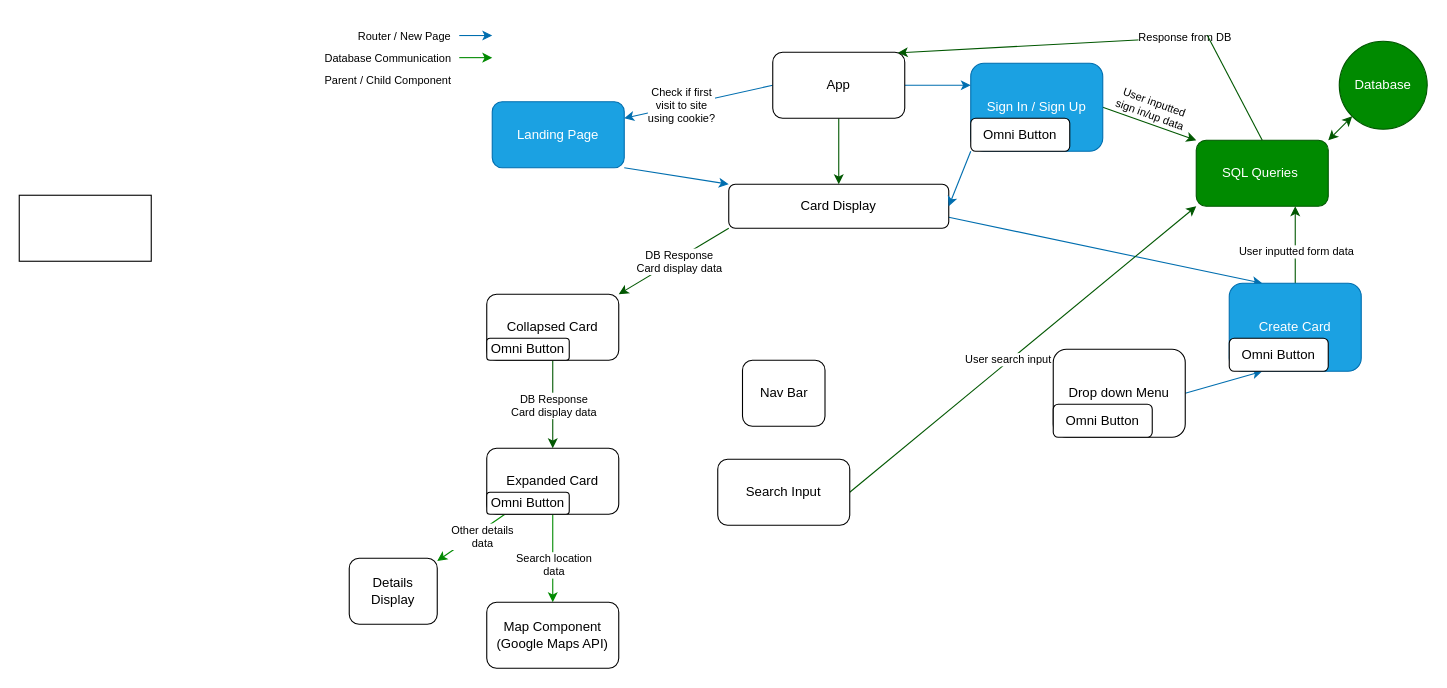
Above: map.drawio in SideQuestSOC/Origin (draw.io), before the change. Source tidied: cells renumbered, new cells numbered last; positions are measured from the earlier drawing's top-left corner, leaving out a move shared by most shapes. Both pictures are drawn from the tidied source at 110%, with x=0, y=0 at pixel (19, 19).
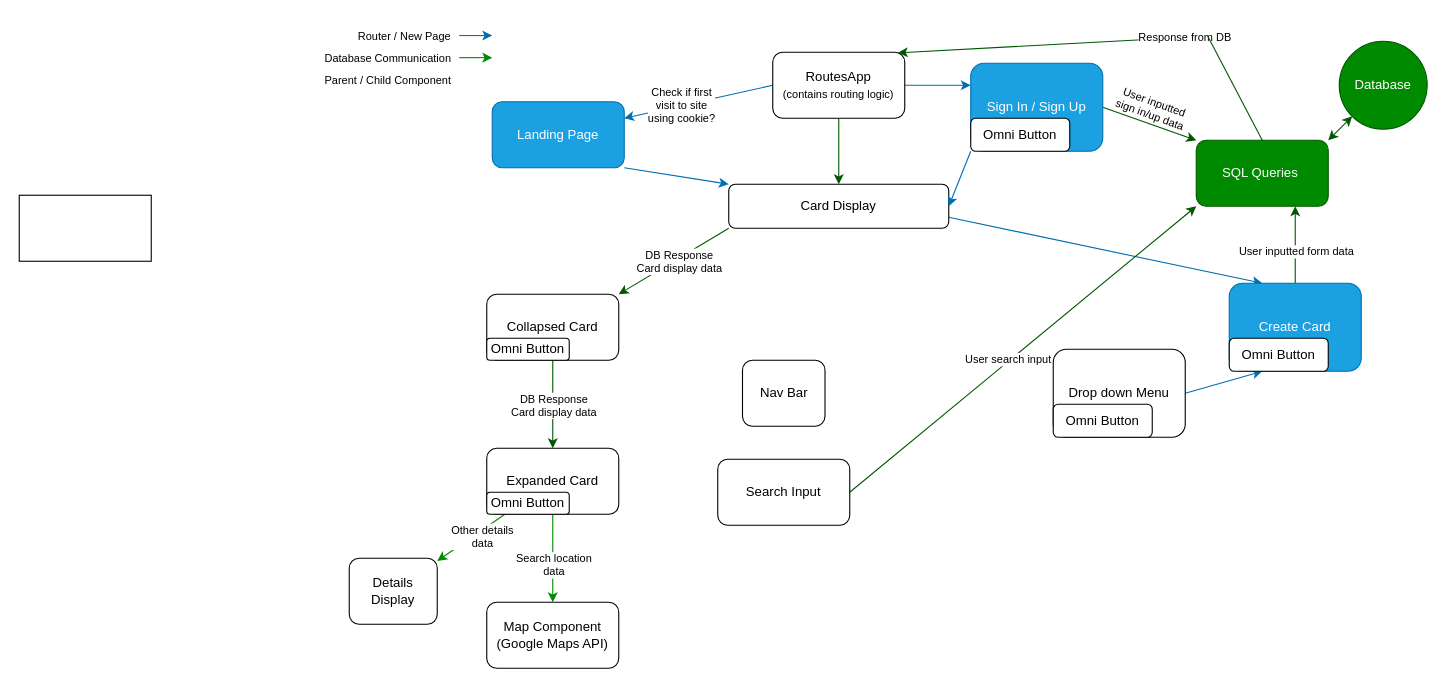
After the change.

Commit message:
Renamed 'App' to 'RoutesApp' to make this component more descriptive as to its function.

Diff of the diagram source:
```diff
@@
-    <mxCell id="28" value="App" style="rounded=1;whiteSpace=wrap;html=1;" parent="1" vertex="1">
+    <mxCell id="28" value="RoutesApp&lt;br&gt;&lt;font style=&quot;font-size: 10px;&quot;&gt;(contains routing logic)&lt;/font&gt;" style="rounded=1;whiteSpace=wrap;html=1;" parent="1" vertex="1">
       <mxGeometry x="685" y="30" width="120" height="60" as="geometry" />
     </mxCell>
```
